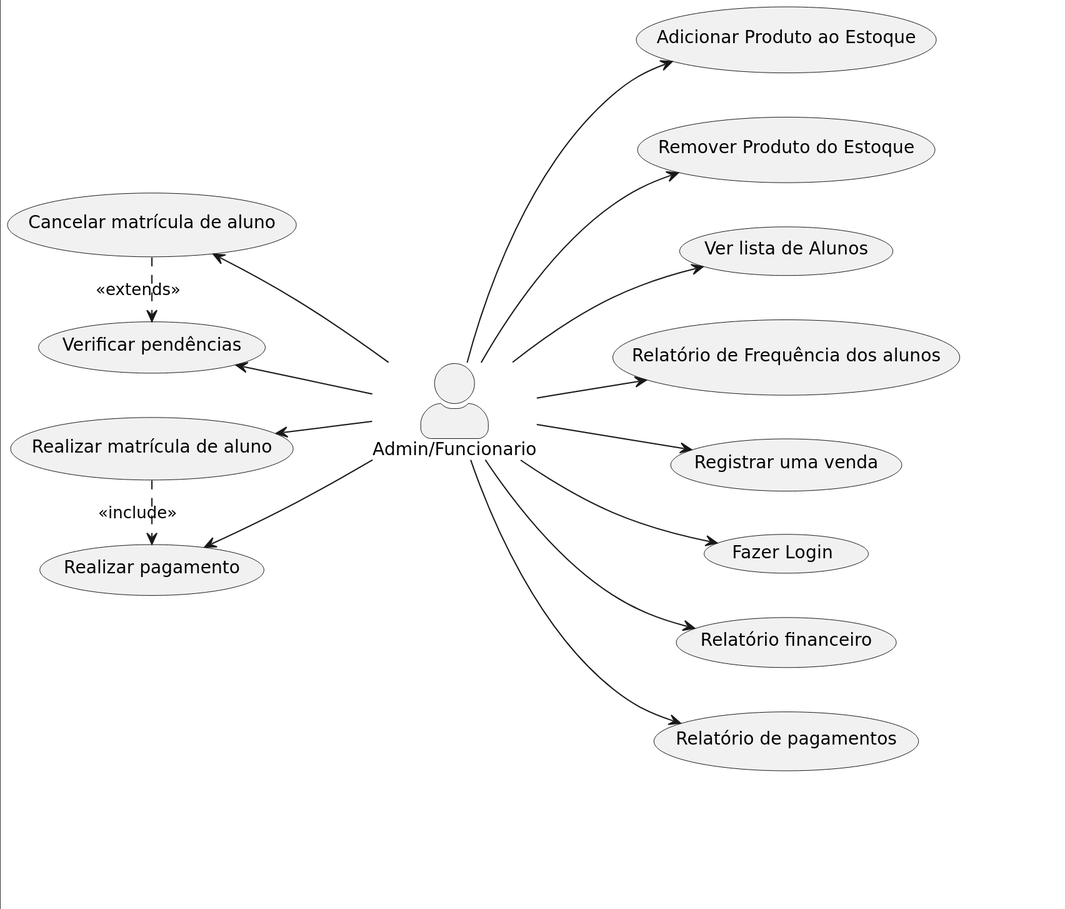
PI-2-semestre-DSM/app-acad keeps this PlantUML diagram as Diagramas/CasoDeUso/casoDeUso.png. Above is the earlier version. Its source is kept beside it as Diagramas/CasoDeUso/casoDeUso.puml.
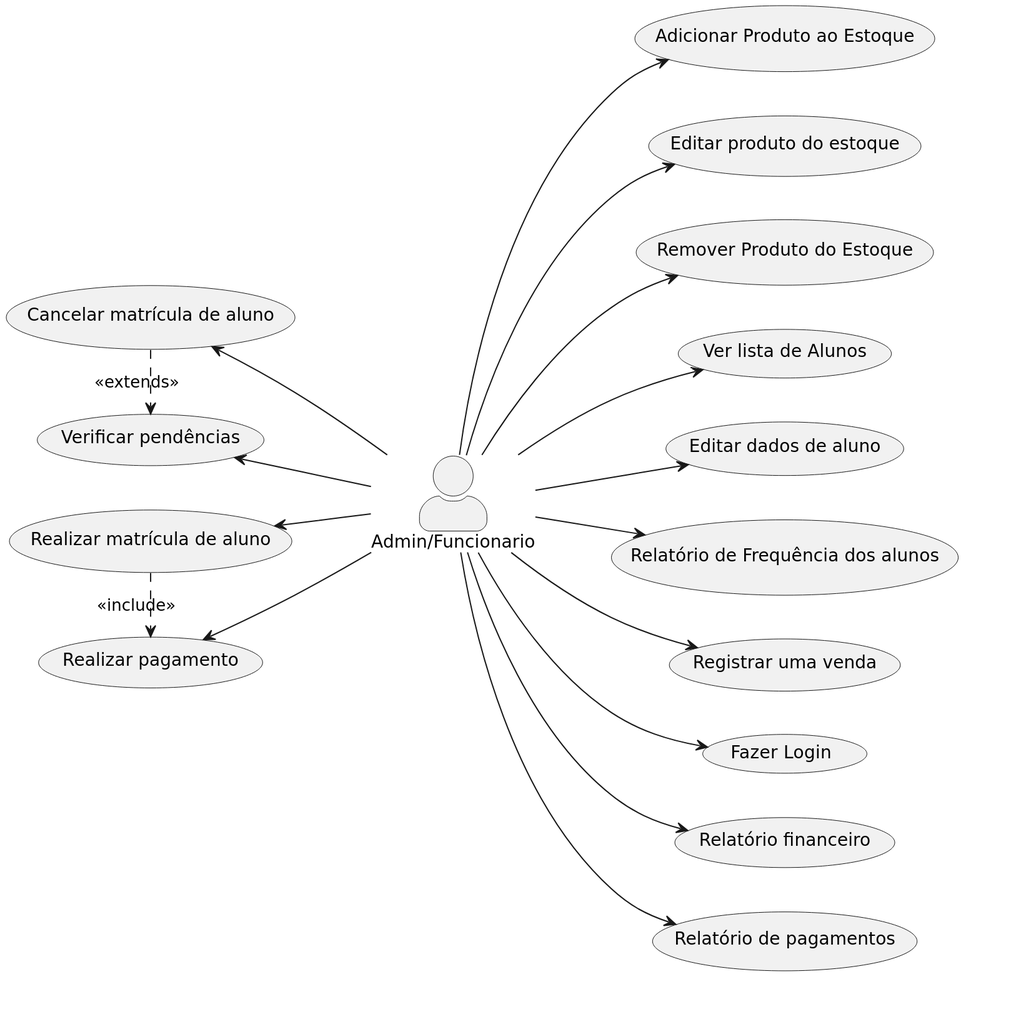
After the commit.

Commit message:
update: use case diagram

Change to the diagram source:
```diff
@@ -4,8 +4,10 @@
 :Admin/Funcionario: as admin
 
 (Adicionar Produto ao Estoque) as UC4
+(Editar produto do estoque) as UC3
 (Remover Produto do Estoque) as UC5
 (Ver lista de Alunos) as UC6
+(Editar dados de aluno) as UC9
 (Relatório de Frequência dos alunos) as UC7
 (Registrar uma venda) as UC10
 (Realizar matrícula de aluno) as UC1
@@ -18,11 +20,13 @@
 
 admin -up-> UC1
 admin -up-> UC2
+admin --> UC3
 admin --> UC4
 admin --> UC5
 admin --> UC6
 admin --> UC7
 admin --> UC8
+admin --> UC9
 admin --> UC10
 admin --> UC11
 admin --> UC14
```
